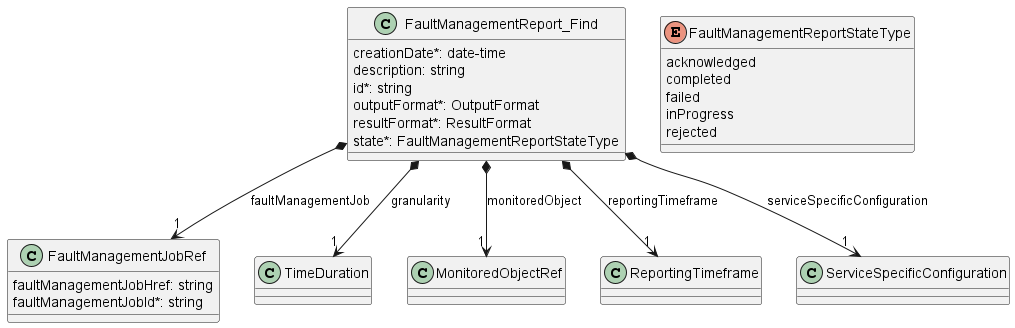
MEF-GIT/MEF-LSO-Legato-SDK keeps this PlantUML diagram as documentation/serviceApi/fm/media/useCase13Model.png. Above is the earlier version.
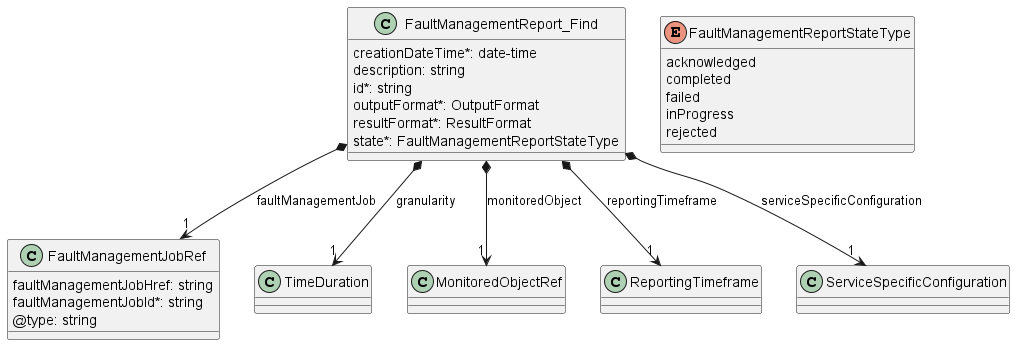
Later version of the same file.

Diff of the diagram source:
```diff
@@ -1,8 +1,7 @@
 @startuml useCase13Model
 
 class FaultManagementReport_Find {
-
-    creationDate*: date-time
+    creationDateTime*: date-time
     description: string
     id*: string
     outputFormat*: OutputFormat
@@ -16,9 +15,7 @@
 FaultManagementReport_Find *-->"1" ReportingTimeframe : reportingTimeframe
 FaultManagementReport_Find *-->"1" ServiceSpecificConfiguration : serviceSpecificConfiguration
 
-
 enum FaultManagementReportStateType {
-
     acknowledged
     completed
     failed
@@ -27,9 +24,9 @@
 }
 
 class FaultManagementJobRef {
-
     faultManagementJobHref: string
     faultManagementJobId*: string
+    @type: string
 }
 
 
```
